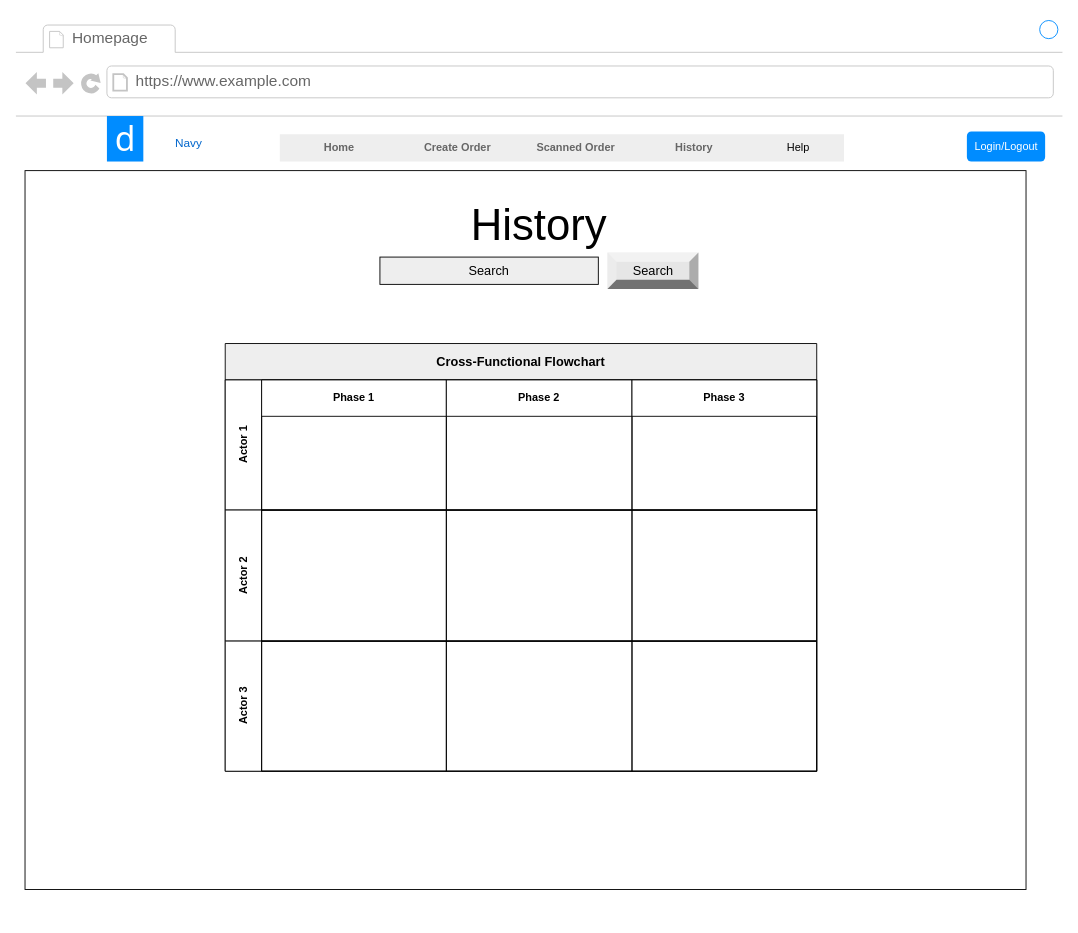
This is page "History" (6 of 7) of NFS Web Design.drawio from ThatOneGal/NavyFoodSecurity, a draw.io file, before an edit. Source tidied: cells renumbered, new cells numbered last; positions are measured from the earlier drawing's top-left corner, leaving out a move shared by most shapes. Both pictures are drawn from the tidied source at 91%, with x=0, y=0 at pixel (15, 15).
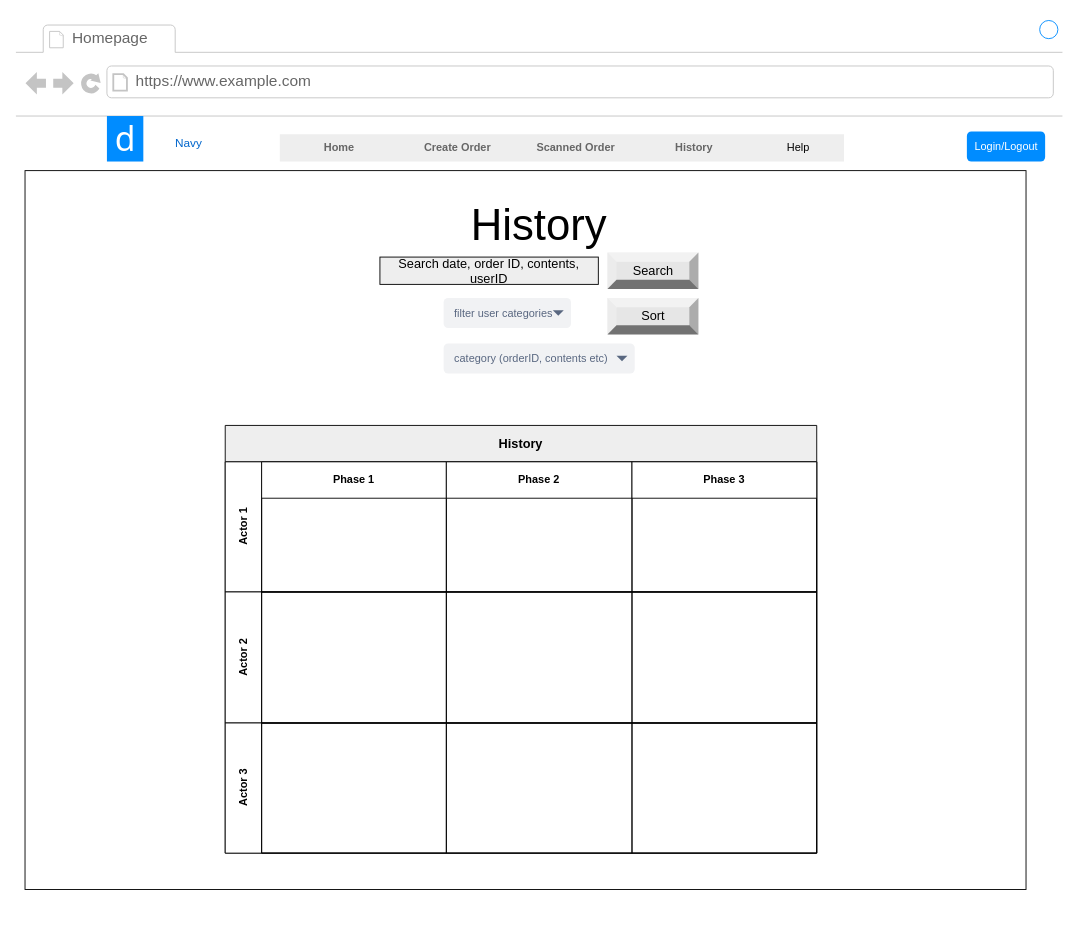
The same diagram, later.

The change refers to these unchanged cells:
```xml
<mxCell id="2" style="strokeWidth=1;shadow=0;dashed=0;align=center;html=1;shape=mxgraph.mockup.containers.browserWindow;rSize=0;strokeColor2=#008cff;strokeColor3=#c4c4c4;mainText=,;strokeColor=#FFFFFF;fontColor=#FFFFFF;" parent="1" vertex="1">
  <mxGeometry width="1150" height="990" as="geometry" />
</mxCell>
```

Change to the diagram source:
```diff
@@
-    <mxCell id="10" value="Search" style="rounded=0;whiteSpace=wrap;html=1;fontSize=14;fontColor=#000000;fillColor=#EEEEEE;" parent="2" vertex="1">
+    <mxCell id="10" value="Search date, order ID, contents, userID" style="rounded=0;whiteSpace=wrap;html=1;fontSize=14;fontColor=#000000;fillColor=#EEEEEE;" parent="2" vertex="1">
       <mxGeometry x="400" y="265" width="240" height="30" as="geometry" />
     </mxCell>
-    <mxCell id="11" value="Cross-Functional Flowchart" style="shape=table;childLayout=tableLayout;rowLines=0;columnLines=0;startSize=40;html=1;whiteSpace=wrap;fontStyle=1;align=center;fontSize=14;fontColor=#000000;fillColor=#EEEEEE;" parent="2" vertex="1">
-      <mxGeometry x="230" y="360" width="650" height="470" as="geometry" />
+    <mxCell id="11" value="History" style="shape=table;childLayout=tableLayout;rowLines=0;columnLines=0;startSize=40;html=1;whiteSpace=wrap;fontStyle=1;align=center;fontSize=14;fontColor=#000000;fillColor=#EEEEEE;" parent="2" vertex="1">
+      <mxGeometry x="230" y="450" width="650" height="470" as="geometry" />
     </mxCell>
@@
+    <mxCell id="31" value="Sort" style="labelPosition=center;verticalLabelPosition=middle;align=center;html=1;shape=mxgraph.basic.shaded_button;dx=10;fillColor=#E6E6E6;strokeColor=none;fontSize=14;fontColor=#000000;" parent="2" vertex="1">
+      <mxGeometry x="650" y="310" width="100" height="40" as="geometry" />
+    </mxCell>
+    <mxCell id="32" value="filter user categories" style="rounded=1;fillColor=#F1F2F4;strokeColor=none;html=1;fontColor=#596780;align=left;fontSize=12;spacingLeft=10;" parent="2" vertex="1">
+      <mxGeometry x="470" y="310" width="140" height="33" as="geometry" />
+    </mxCell>
+    <mxCell id="33" style="shape=triangle;direction=south;fillColor=#596780;strokeColor=none;html=1;" parent="32" vertex="1">
+      <mxGeometry x="1" y="0.5" width="12" height="6" relative="1" as="geometry">
+        <mxPoint x="-20" y="-3" as="offset" />
+      </mxGeometry>
+    </mxCell>
+    <mxCell id="34" value="category (orderID, contents etc)" style="rounded=1;fillColor=#F1F2F4;strokeColor=none;html=1;fontColor=#596780;align=left;fontSize=12;spacingLeft=10;" parent="2" vertex="1">
+      <mxGeometry x="470" y="360" width="210" height="33" as="geometry" />
+    </mxCell>
+    <mxCell id="35" style="shape=triangle;direction=south;fillColor=#596780;strokeColor=none;html=1;" parent="34" vertex="1">
+      <mxGeometry x="1" y="0.5" width="12" height="6" relative="1" as="geometry">
+        <mxPoint x="-20" y="-3" as="offset" />
+      </mxGeometry>
+    </mxCell>
```
